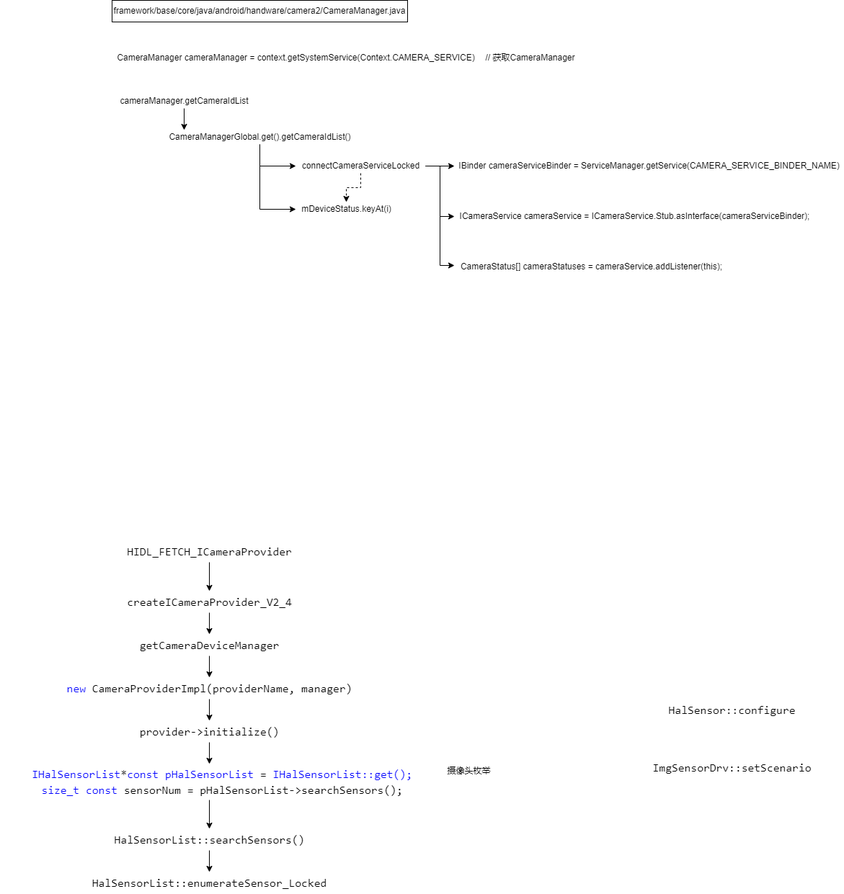
This is Android camera.png from zhangmeizhen/test2, a draw.io export, as it was before one commit. Source tidied: cells renumbered, new cells last; positions are measured from the earlier drawing's top-left corner, leaving out a move shared by most shapes.
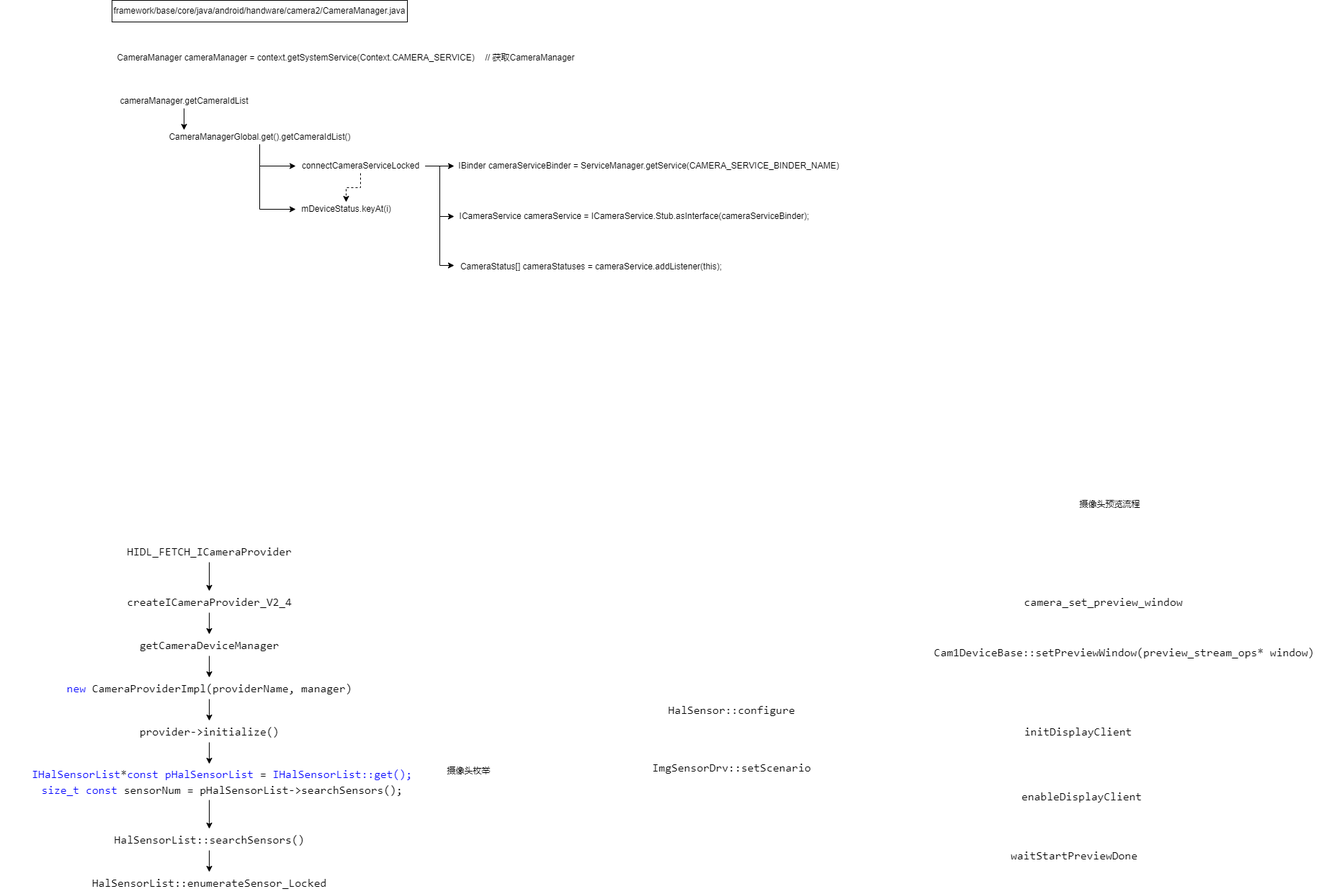
The same diagram one commit later.

Diff of the diagram source:
```diff
@@ -112,5 +112,23 @@
     <mxCell id="36" value="&lt;div style=&quot;background-color: rgb(255, 255, 255); font-family: Consolas, &amp;quot;Courier New&amp;quot;, monospace; font-size: 16px; line-height: 22px;&quot;&gt;HalSensor::configure&lt;/div&gt;" style="text;html=1;align=center;verticalAlign=middle;strokeColor=none;fillColor=none;" parent="1" vertex="1">
       <mxGeometry x="920" y="970" width="190" height="30" as="geometry" />
     </mxCell>
+    <mxCell id="37" value="摄像头预览流程" style="text;html=1;align=center;verticalAlign=middle;strokeColor=none;fillColor=none;" parent="1" vertex="1">
+      <mxGeometry x="1490" y="690" width="100" height="20" as="geometry" />
+    </mxCell>
+    <mxCell id="38" value="&lt;div style=&quot;background-color: rgb(255, 255, 255); font-family: Consolas, &amp;quot;Courier New&amp;quot;, monospace; font-size: 16px; line-height: 22px;&quot;&gt;&lt;div&gt;Cam1DeviceBase::setPreviewWindow(preview_stream_ops* window)&lt;/div&gt;&lt;/div&gt;" style="text;html=1;align=center;verticalAlign=middle;strokeColor=none;fillColor=none;" parent="1" vertex="1">
+      <mxGeometry x="1290" y="890" width="540" height="30" as="geometry" />
+    </mxCell>
+    <mxCell id="39" value="&lt;div style=&quot;background-color: rgb(255, 255, 255); font-family: Consolas, &amp;quot;Courier New&amp;quot;, monospace; font-size: 16px; line-height: 22px;&quot;&gt;initDisplayClient&lt;/div&gt;" style="text;html=1;align=center;verticalAlign=middle;strokeColor=none;fillColor=none;" parent="1" vertex="1">
+      <mxGeometry x="1411" y="1000" width="170" height="30" as="geometry" />
+    </mxCell>
+    <mxCell id="40" value="&lt;div style=&quot;background-color: rgb(255, 255, 255); font-family: Consolas, &amp;quot;Courier New&amp;quot;, monospace; font-size: 16px; line-height: 22px;&quot;&gt;enableDisplayClient&lt;/div&gt;" style="text;html=1;align=center;verticalAlign=middle;strokeColor=none;fillColor=none;" parent="1" vertex="1">
+      <mxGeometry x="1411" y="1090" width="180" height="30" as="geometry" />
+    </mxCell>
+    <mxCell id="41" value="&lt;div style=&quot;color: rgb(0, 0, 0); background-color: rgb(255, 255, 255); font-family: Consolas, &amp;quot;Courier New&amp;quot;, monospace; font-weight: normal; font-size: 16px; line-height: 22px;&quot;&gt;&lt;div&gt;&lt;span style=&quot;color: #000000;&quot;&gt;waitStartPreviewDone&lt;/span&gt;&lt;/div&gt;&lt;/div&gt;" style="text;whiteSpace=wrap;html=1;" parent="1" vertex="1">
+      <mxGeometry x="1401" y="1170" width="200" height="40" as="geometry" />
+    </mxCell>
+    <mxCell id="42" value="&lt;div style=&quot;background-color: rgb(255, 255, 255); font-family: Consolas, &amp;quot;Courier New&amp;quot;, monospace; font-size: 16px; line-height: 22px;&quot;&gt;camera_set_preview_window&lt;/div&gt;" style="text;html=1;align=center;verticalAlign=middle;strokeColor=none;fillColor=none;" parent="1" vertex="1">
+      <mxGeometry x="1411" y="820" width="240" height="30" as="geometry" />
+    </mxCell>
   </root>
 </mxGraphModel>
```
